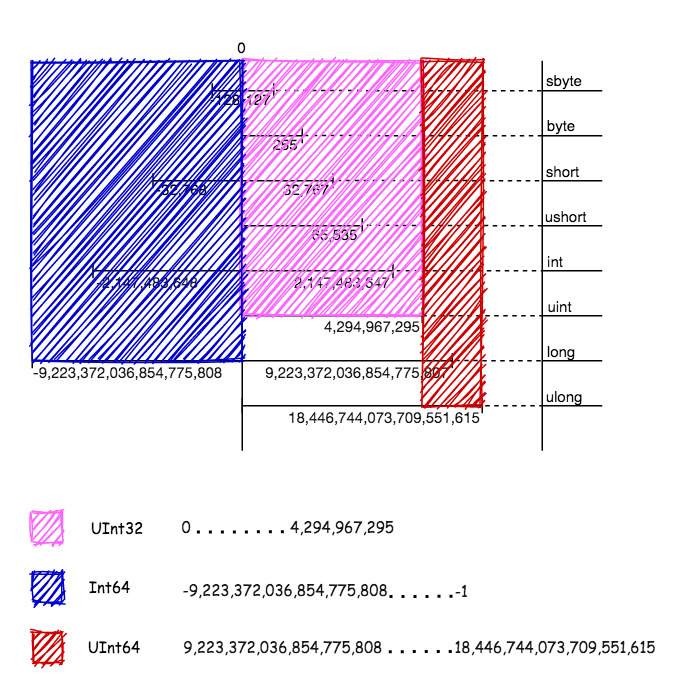
The draw.io diagram 001-Types/001-Integral numerci types/005-integer_literal/docs/inetger literal.png in Hunor85/C-sharp, before a commit. Source tidied: cells renumbered, new cells last; positions are measured from the earlier drawing's top-left corner, leaving out a move shared by most shapes.
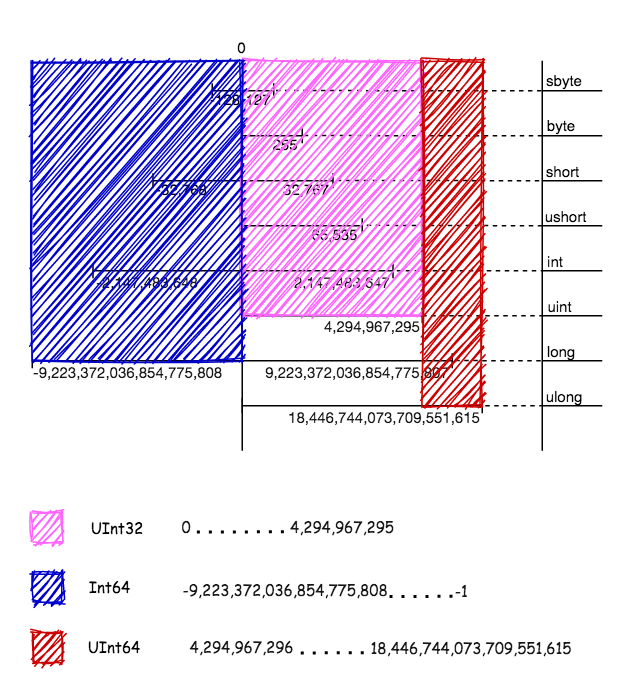
After the change.

The edit, as a diff of the source:
```diff
@@ -236,11 +236,8 @@
     <mxCell id="61" value="&lt;div style=&quot;text-align: left&quot;&gt;&lt;font color=&quot;#171717&quot; face=&quot;Comic Sans MS&quot;&gt;&lt;span style=&quot;background-color: rgb(255 , 255 , 255)&quot;&gt;-1&lt;/span&gt;&lt;/font&gt;&lt;/div&gt;" style="text;html=1;strokeColor=none;fillColor=none;align=center;verticalAlign=middle;whiteSpace=wrap;rounded=0;fontSize=10;" parent="1" vertex="1">
       <mxGeometry x="279" y="362" width="17" height="22" as="geometry" />
     </mxCell>
-    <mxCell id="62" value="&lt;span style=&quot;font-style: normal ; font-weight: normal ; letter-spacing: normal ; text-indent: 0px ; text-transform: none ; word-spacing: 0px ; text-decoration: none ; color: rgb(23 , 23 , 23) ; text-align: left ; background-color: rgb(255 , 255 , 255) ; float: none ; display: inline ; font-size: 10px&quot;&gt;&lt;font style=&quot;font-size: 10px&quot; face=&quot;Comic Sans MS&quot;&gt;9,223,372,036,854,775,808&lt;/font&gt;&lt;/span&gt;" style="text;html=1;strokeColor=none;fillColor=none;align=center;verticalAlign=middle;whiteSpace=wrap;rounded=0;fontSize=10;" parent="1" vertex="1">
-      <mxGeometry x="104" y="399" width="129" height="22" as="geometry" />
-    </mxCell>
     <mxCell id="63" value="&lt;span style=&quot;color: rgb(23 , 23 , 23) ; text-align: left ; background-color: rgb(255 , 255 , 255) ; font-size: 10px&quot;&gt;&lt;font style=&quot;font-size: 10px&quot; face=&quot;Comic Sans MS&quot;&gt;18,446,744,073,709,551,615&lt;/font&gt;&lt;/span&gt;" style="text;html=1;strokeColor=none;fillColor=none;align=center;verticalAlign=middle;whiteSpace=wrap;rounded=0;fontSize=10;" parent="1" vertex="1">
-      <mxGeometry x="284.5" y="399" width="130" height="22" as="geometry" />
+      <mxGeometry x="229" y="400" width="130" height="22" as="geometry" />
     </mxCell>
     <mxCell id="64" style="endArrow=none;dashed=1;html=1;dashPattern=1 3;strokeWidth=2;exitX=0.983;exitY=0.692;exitDx=0;exitDy=0;exitPerimeter=0;" parent="1" edge="1" source="58">
       <mxGeometry relative="1" as="geometry">
@@ -255,9 +252,12 @@
     </mxCell>
     <mxCell id="66" style="endArrow=none;dashed=1;html=1;dashPattern=1 3;strokeWidth=2;exitX=0.983;exitY=0.692;exitDx=0;exitDy=0;exitPerimeter=0;entryX=0;entryY=0.682;entryDx=0;entryDy=0;entryPerimeter=0;" parent="1" edge="1">
       <mxGeometry relative="1" as="geometry">
-        <mxPoint x="238.6" y="414" as="sourcePoint" />
-        <mxPoint x="282" y="413.8" as="targetPoint" />
+        <mxPoint x="180" y="414.8" as="sourcePoint" />
+        <mxPoint x="223.4" y="414.6" as="targetPoint" />
       </mxGeometry>
     </mxCell>
+    <mxCell id="67" value="&lt;span style=&quot;color: rgb(23 , 23 , 23) ; text-align: left ; background-color: rgb(255 , 255 , 255) ; font-size: 10px&quot;&gt;&lt;font style=&quot;font-size: 10px&quot; face=&quot;Comic Sans MS&quot;&gt;4,294,967,296&lt;/font&gt;&lt;/span&gt;" style="text;html=1;strokeColor=none;fillColor=none;align=center;verticalAlign=middle;whiteSpace=wrap;rounded=0;fontSize=10;" parent="1" vertex="1">
+      <mxGeometry x="101" y="399" width="80" height="22" as="geometry" />
+    </mxCell>
   </root>
 </mxGraphModel>
```
